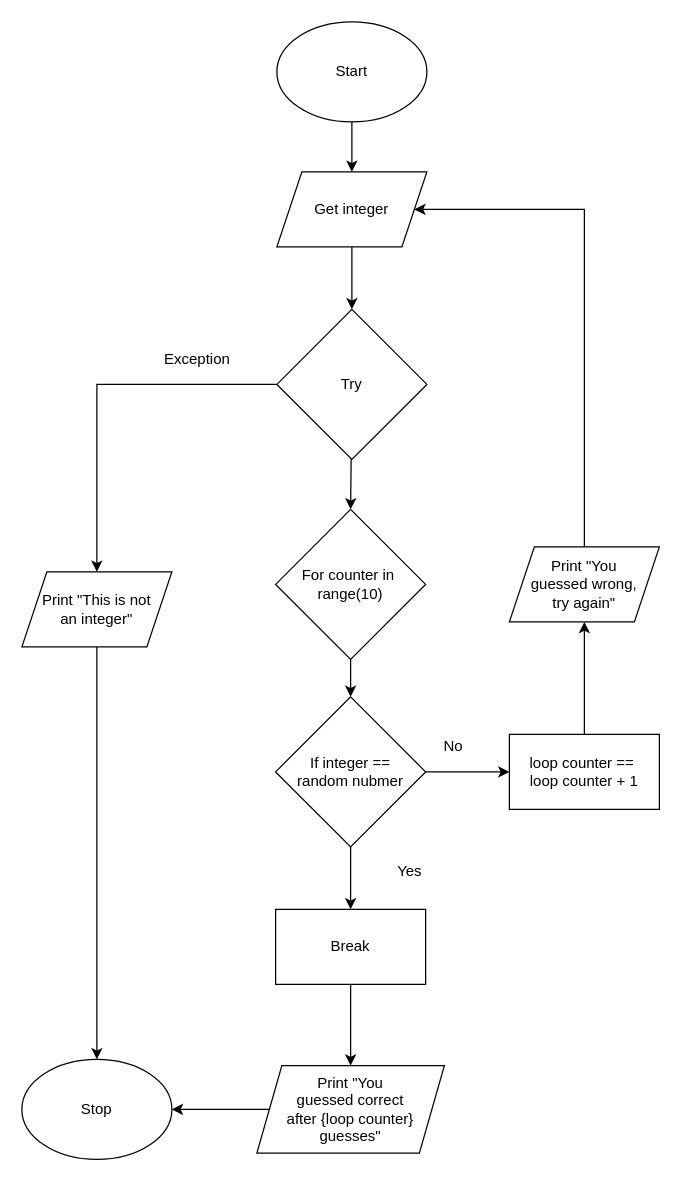
This is flowchart.drawio from Andrew-Ten-Den/ICS3U-Unit4-04-Python, a draw.io file, before an edit. Source tidied: cells renumbered, new cells numbered last; positions are measured from the earlier drawing's top-left corner, leaving out a move shared by most shapes. Both pictures are drawn from the tidied source at 125%, with x=0, y=0 at pixel (21, 21).
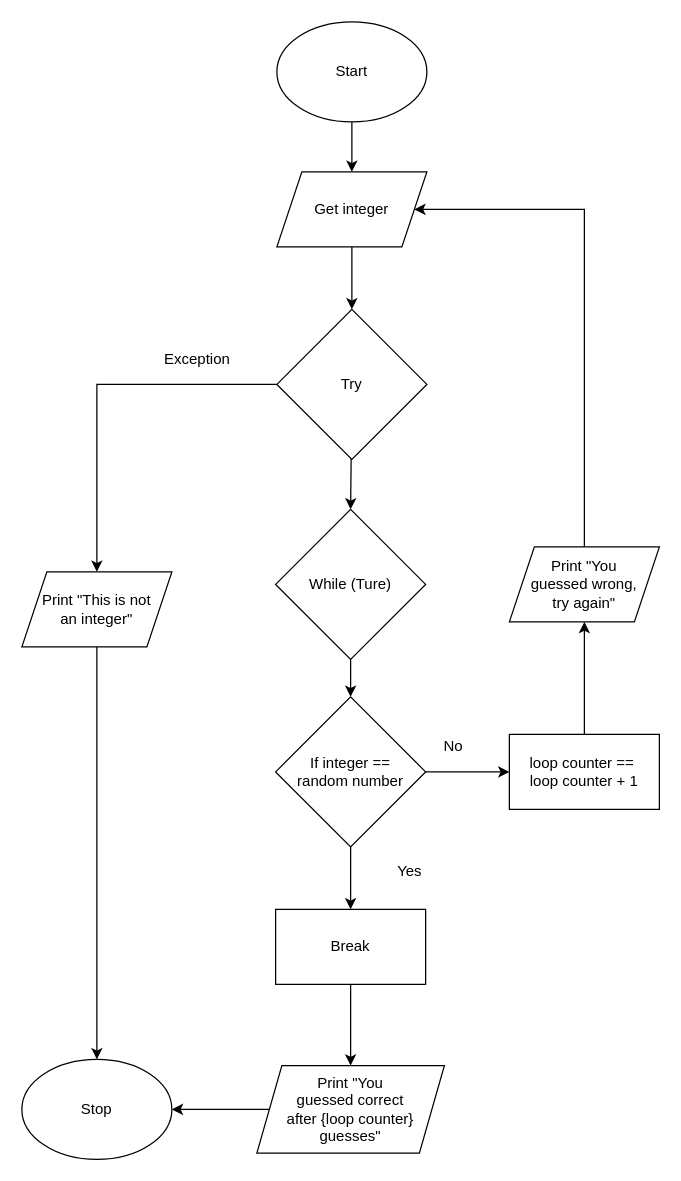
After the change.

Diff of the diagram source:
```diff
@@
-    <mxCell id="7" value="For counter in&amp;nbsp;&lt;br&gt;range(10)" style="rhombus;whiteSpace=wrap;html=1;" parent="1" vertex="1">
+    <mxCell id="7" value="While (Ture)" style="rhombus;whiteSpace=wrap;html=1;" parent="1" vertex="1">
       <mxGeometry x="203" y="390" width="120" height="120" as="geometry" />
     </mxCell>
@@
-    <mxCell id="23" value="If integer ==&lt;br&gt;random nubmer" style="rhombus;whiteSpace=wrap;html=1;" parent="1" vertex="1">
+    <mxCell id="23" value="If integer ==&lt;br&gt;random number" style="rhombus;whiteSpace=wrap;html=1;" parent="1" vertex="1">
       <mxGeometry x="203" y="540" width="120" height="120" as="geometry" />
     </mxCell>
```
